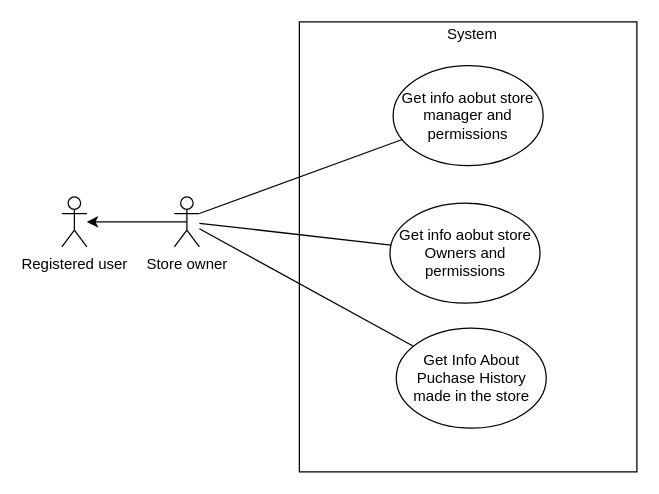
This is use cases/use case 4.9 4.11.drawio from LevyIfta/Team-19B-Project, a draw.io file, before an edit. Source tidied: cells renumbered, new cells numbered last; positions are measured from the earlier drawing's top-left corner, leaving out a move shared by most shapes. Both pictures are drawn from the tidied source at 125%, with x=0, y=0 at pixel (61, 21).
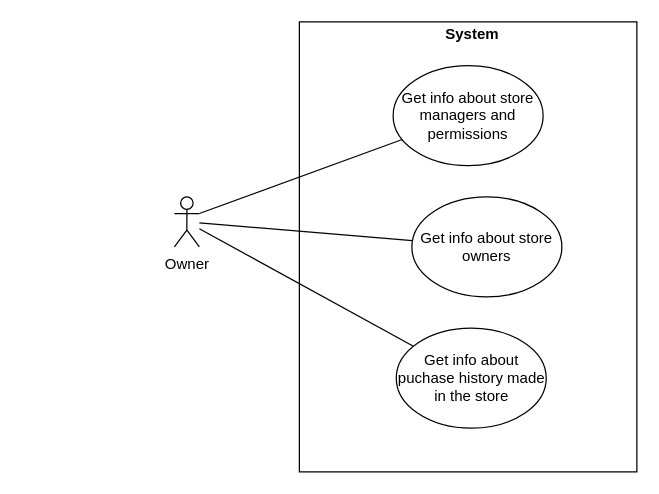
After the change.

Commit message (it also covers changes not shown here):
final use case

The edit, as a diff of the source:
```diff
@@
 <mxGraphModel>
   <root>
     <mxCell id="0" />
     <mxCell id="1" parent="0" />
     <mxCell id="2" style="group;" parent="1" vertex="1">
       <mxGeometry width="460" height="360" as="geometry" />
     </mxCell>
     <mxCell id="3" style="rounded=0;whiteSpace=wrap;html=1;" parent="2" vertex="1">
       <mxGeometry x="190" width="270" height="360" as="geometry" />
     </mxCell>
-    <mxCell id="4" value="Store owner" style="shape=umlActor;verticalLabelPosition=bottom;verticalAlign=top;html=1;outlineConnect=0;" parent="2" vertex="1">
+    <mxCell id="4" value="Owner" style="shape=umlActor;verticalLabelPosition=bottom;verticalAlign=top;html=1;outlineConnect=0;" parent="2" vertex="1">
       <mxGeometry x="90" y="140" width="20" height="40" as="geometry" />
     </mxCell>
-    <mxCell id="5" value="Registered user" style="shape=umlActor;verticalLabelPosition=bottom;verticalAlign=top;html=1;outlineConnect=0;" parent="2" vertex="1">
-      <mxGeometry y="140" width="20" height="40" as="geometry" />
-    </mxCell>
-    <mxCell id="6" style="edgeStyle=orthogonalEdgeStyle;rounded=0;jettySize=auto;html=1;exitX=0.5;exitY=0.5;exitDx=0;exitDy=0;exitPerimeter=0;" parent="2" edge="1" source="4" target="5">
-      <mxGeometry relative="1" as="geometry">
-        <Array as="points">
-          <mxPoint x="40" y="160" />
-          <mxPoint x="40" y="160" />
-        </Array>
-      </mxGeometry>
-    </mxCell>
-    <mxCell id="7" value="Get Info About Puchase History made in the store" style="ellipse;whiteSpace=wrap;html=1;" parent="2" vertex="1">
+    <mxCell id="7" value="Get info about puchase history made in the store" style="ellipse;whiteSpace=wrap;html=1;" parent="2" vertex="1">
       <mxGeometry x="267.5" y="245" width="120" height="80" as="geometry" />
     </mxCell>
     <mxCell id="8" style="endArrow=none;html=1;" parent="2" edge="1" source="4" target="7">
       <mxGeometry relative="1" as="geometry" />
     </mxCell>
-    <mxCell id="9" value="Get info aobut store Owners and permissions" style="ellipse;whiteSpace=wrap;html=1;" parent="2" vertex="1">
-      <mxGeometry x="262.5" y="145" width="120" height="80" as="geometry" />
+    <mxCell id="9" value="Get info about store owners" style="ellipse;whiteSpace=wrap;html=1;" parent="2" vertex="1">
+      <mxGeometry x="280" y="140" width="120" height="80" as="geometry" />
     </mxCell>
-    <mxCell id="10" style="endArrow=none;html=1;" parent="2" edge="1" source="9" target="4">
-      <mxGeometry relative="1" as="geometry" />
-    </mxCell>
-    <mxCell id="11" value="Get info aobut store manager and permissions" style="ellipse;whiteSpace=wrap;html=1;" parent="2" vertex="1">
+    <mxCell id="11" value="Get info about store managers and permissions" style="ellipse;whiteSpace=wrap;html=1;" parent="2" vertex="1">
       <mxGeometry x="265" y="35" width="120" height="80" as="geometry" />
     </mxCell>
     <mxCell id="12" style="endArrow=none;html=1;entryX=1;entryY=0.3333333333333333;entryDx=0;entryDy=0;entryPerimeter=0;" parent="2" edge="1" source="11" target="4">
       <mxGeometry relative="1" as="geometry" />
     </mxCell>
-    <mxCell id="13" value="System" style="text;html=1;align=center;verticalAlign=middle;" parent="2" vertex="1">
+    <mxCell id="13" value="System" style="text;html=1;align=center;verticalAlign=middle;fontStyle=1;" parent="2" vertex="1">
       <mxGeometry x="297.5" width="60" height="20" as="geometry" />
     </mxCell>
+    <mxCell id="10" style="endArrow=none;html=1;" parent="2" edge="1" source="9" target="4">
+      <mxGeometry relative="1" as="geometry" />
+    </mxCell>
   </root>
 </mxGraphModel>
```
